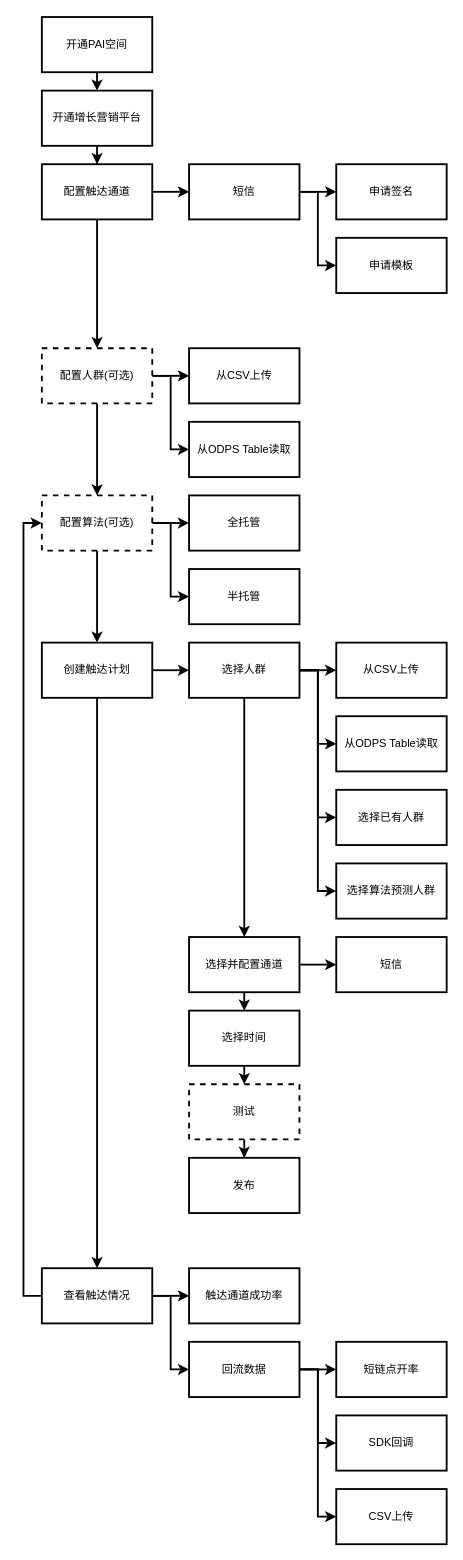
Above: product/user_growth.drawio in kleon1024/draw (draw.io), before the change. Source tidied: cells renumbered, new cells numbered last; positions are measured from the earlier drawing's top-left corner, leaving out a move shared by most shapes. Both pictures are drawn from the tidied source at 92%, with x=0, y=0 at pixel (41, 17).
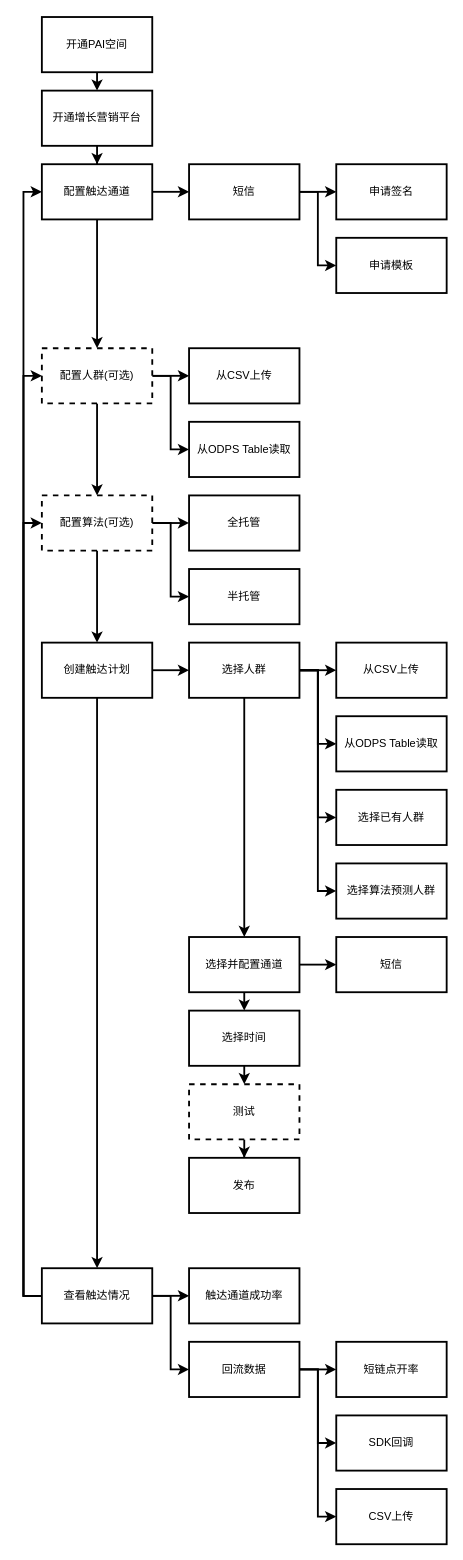
Above is the later version.

Unchanged cells that the change refers to:
```xml
<mxCell id="8" value="配置触达通道" style="rounded=0;whiteSpace=wrap;html=1;strokeWidth=2;" parent="1" vertex="1">
  <mxGeometry y="160" width="120" height="60" as="geometry" />
</mxCell>
<mxCell id="17" value="配置人群(可选)" style="rounded=0;whiteSpace=wrap;html=1;strokeWidth=2;dashed=1;" parent="1" vertex="1">
  <mxGeometry y="360" width="120" height="60" as="geometry" />
</mxCell>
<mxCell id="39" value="查看触达情况" style="rounded=0;whiteSpace=wrap;html=1;strokeWidth=2;" parent="1" vertex="1">
  <mxGeometry y="1360" width="120" height="60" as="geometry" />
</mxCell>
```

What changed in the source:
```diff
@@
+    <mxCell id="60" style="edgeStyle=orthogonalEdgeStyle;rounded=0;jettySize=auto;html=1;exitX=0;exitY=0.5;exitDx=0;exitDy=0;entryX=0;entryY=0.5;entryDx=0;entryDy=0;strokeWidth=2;" parent="1" edge="1" source="39" target="8">
+      <mxGeometry relative="1" as="geometry" />
+    </mxCell>
+    <mxCell id="61" style="edgeStyle=orthogonalEdgeStyle;rounded=0;jettySize=auto;html=1;exitX=0;exitY=0.5;exitDx=0;exitDy=0;entryX=0;entryY=0.5;entryDx=0;entryDy=0;strokeWidth=2;" parent="1" edge="1" source="39" target="17">
+      <mxGeometry relative="1" as="geometry" />
+    </mxCell>
```
